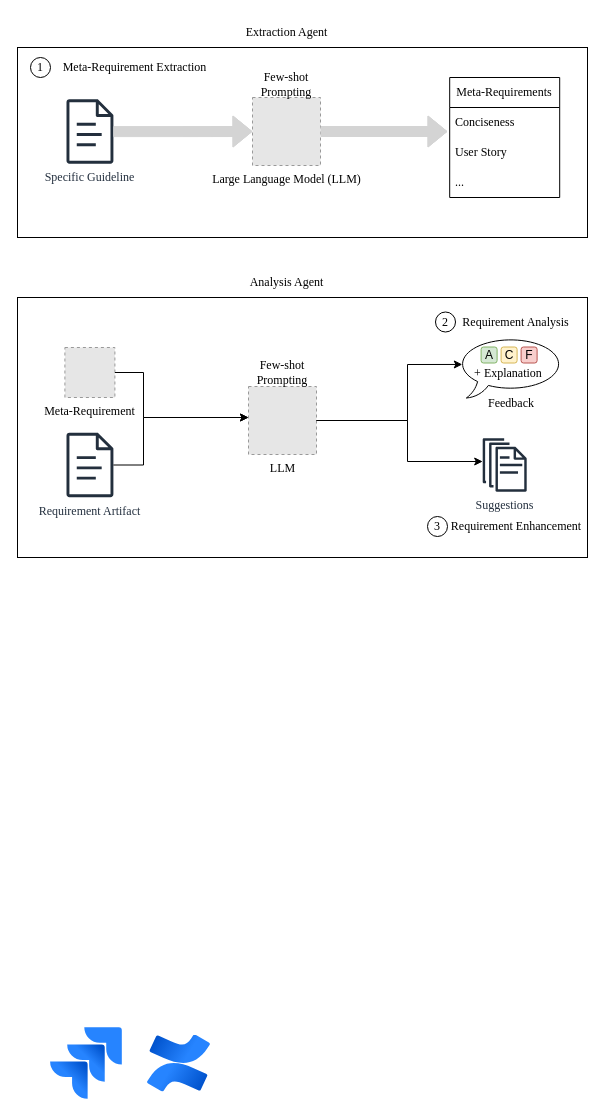
TizianDippold/llm-ticket-checker keeps this draw.io diagram as Untitled Diagram.drawio. Above is the earlier version. Source tidied: cells renumbered, new cells numbered last; positions are measured from the earlier drawing's top-left corner, leaving out a move shared by most shapes. Both pictures are drawn from the tidied source at 100%, with x=0, y=0 at pixel (17, 17). Pictures stored in the file or linked from it are replaced by grey dashed boxes.
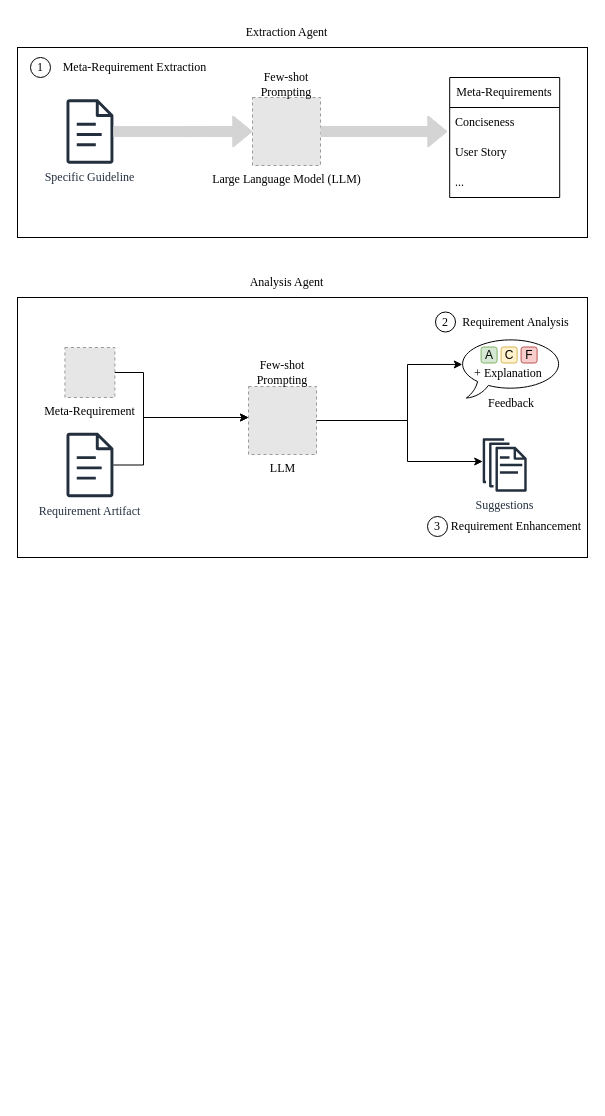
The same diagram, later.

The edit, as a diff of the source:
```diff
@@
-    <mxCell id="3" style="image;html=1;image=img/lib/atlassian/Confluence_Logo.svg;fontFamily=Times New Roman;" parent="1" vertex="1">
-      <mxGeometry x="130" y="1017.5" width="63" height="57" as="geometry" />
-    </mxCell>
@@
-    <mxCell id="17" style="image;html=1;image=img/lib/atlassian/Jira_Logo.svg;fontFamily=Times New Roman;" parent="1" vertex="1">
-      <mxGeometry x="33" y="1010" width="72" height="72" as="geometry" />
-    </mxCell>
```
